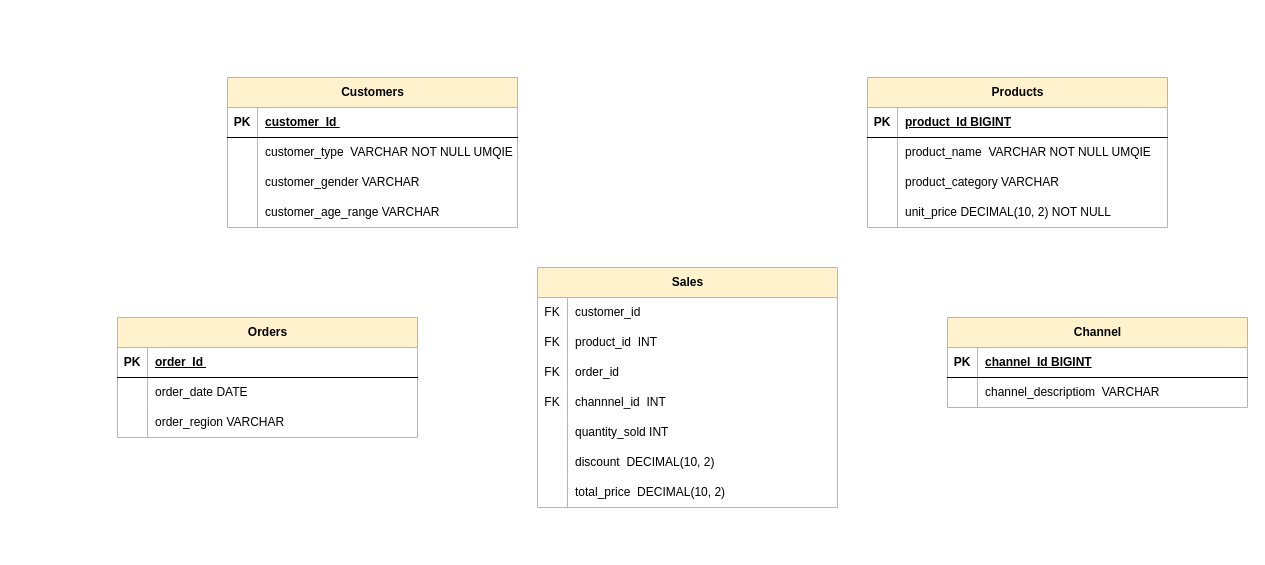
Earlier version of the draw.io diagram Untitled Diagram.drawio (lilitmk199/Test). Source tidied: cells renumbered, new cells numbered last; positions are measured from the earlier drawing's top-left corner, leaving out a move shared by most shapes. Both pictures are drawn from the tidied source at 100%, with x=0, y=0 at pixel (117, 77).
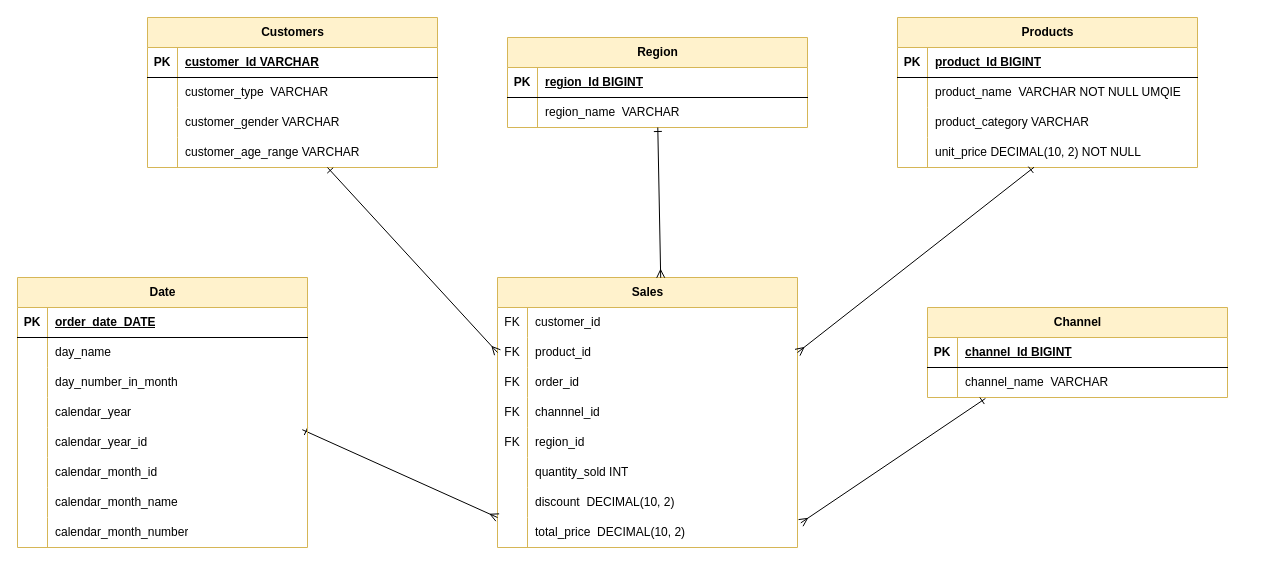
The same page after the edit.

The change refers to these unchanged cells:
```xml
<mxCell id="3" style="shape=tableRow;horizontal=0;startSize=0;swimlaneHead=0;swimlaneBody=0;fillColor=none;top=0;left=0;right=0;bottom=1;" parent="2" vertex="1">
  <mxGeometry y="30" width="290" height="30" as="geometry" />
</mxCell>
<mxCell id="6" style="shape=tableRow;horizontal=0;startSize=0;swimlaneHead=0;swimlaneBody=0;fillColor=none;top=0;left=0;right=0;bottom=0;" parent="2" vertex="1">
  <mxGeometry y="60" width="290" height="30" as="geometry" />
</mxCell>
<mxCell id="25" style="shape=tableRow;horizontal=0;startSize=0;swimlaneHead=0;swimlaneBody=0;fillColor=none;points=[[0,0.5],[1,0.5]];portConstraint=eastwest;top=0;left=0;right=0;bottom=0;" parent="15" vertex="1">
  <mxGeometry y="120" width="300" height="30" as="geometry" />
</mxCell>
<mxCell id="42" style="shape=tableRow;horizontal=0;startSize=0;swimlaneHead=0;swimlaneBody=0;fillColor=none;points=[[0,0.5],[1,0.5]];portConstraint=eastwest;top=0;left=0;right=0;bottom=0;" parent="38" vertex="1">
  <mxGeometry y="60" width="300" height="30" as="geometry" />
</mxCell>
<mxCell id="48" style="shape=tableRow;horizontal=0;startSize=0;swimlaneHead=0;swimlaneBody=0;fillColor=none;top=0;left=0;right=0;bottom=0;" parent="38" vertex="1">
  <mxGeometry y="120" width="300" height="30" as="geometry" />
</mxCell>
<mxCell id="64" style="shape=tableRow;horizontal=0;startSize=0;swimlaneHead=0;swimlaneBody=0;fillColor=none;points=[[0,0.5],[1,0.5]];portConstraint=eastwest;top=0;left=0;right=0;bottom=0;" parent="60" vertex="1">
  <mxGeometry y="60" width="300" height="30" as="geometry" />
</mxCell>
```

What changed in the source:
```diff
@@
     <mxCell id="2" value="Customers" style="shape=table;startSize=30;childLayout=tableLayout;rowLines=0;fontStyle=1;align=center;html=1;fillColor=#fff2cc;strokeColor=#d6b656;" parent="1" vertex="1">
-      <mxGeometry x="110" width="290" height="150" as="geometry" />
+      <mxGeometry x="30" y="-60" width="290" height="150" as="geometry" />
     </mxCell>
@@
-    <mxCell id="5" value="customer_Id&amp;nbsp;" style="shape=partialRectangle;fillColor=none;top=0;left=0;bottom=0;right=0;align=left;spacingLeft=6;fontStyle=5;overflow=hidden;whiteSpace=wrap;html=1;" parent="3" vertex="1">
+    <mxCell id="5" value="customer_Id VARCHAR" style="shape=partialRectangle;fillColor=none;top=0;left=0;bottom=0;right=0;align=left;spacingLeft=6;fontStyle=5;overflow=hidden;whiteSpace=wrap;html=1;" parent="3" vertex="1">
       <mxGeometry x="30" width="260" height="30" as="geometry" />
     </mxCell>
@@
-    <mxCell id="8" value="customer_type&amp;nbsp; VARCHAR NOT NULL UMQIE" style="shape=partialRectangle;fillColor=none;top=0;left=0;bottom=0;right=0;align=left;spacingLeft=6;overflow=hidden;whiteSpace=wrap;html=1;" parent="6" vertex="1">
+    <mxCell id="8" value="customer_type&amp;nbsp; VARCHAR" style="shape=partialRectangle;fillColor=none;top=0;left=0;bottom=0;right=0;align=left;spacingLeft=6;overflow=hidden;whiteSpace=wrap;html=1;" parent="6" vertex="1">
       <mxGeometry x="30" width="260" height="30" as="geometry" />
     </mxCell>
@@
     <mxCell id="15" value="Products" style="shape=table;startSize=30;childLayout=tableLayout;rowLines=0;fontStyle=1;align=center;html=1;fillColor=#fff2cc;strokeColor=#d6b656;" parent="1" vertex="1">
-      <mxGeometry x="750" width="300" height="150" as="geometry" />
+      <mxGeometry x="780" y="-60" width="300" height="150" as="geometry" />
     </mxCell>
@@
-    <mxCell id="28" value="Orders" style="shape=table;startSize=30;childLayout=tableLayout;rowLines=0;fontStyle=1;align=center;html=1;fillColor=#fff2cc;strokeColor=#d6b656;" parent="1" vertex="1">
-      <mxGeometry y="240" width="300" height="120" as="geometry" />
-    </mxCell>
-    <mxCell id="29" style="shape=tableRow;horizontal=0;startSize=0;swimlaneHead=0;swimlaneBody=0;fillColor=none;top=0;left=0;right=0;bottom=1;" parent="28" vertex="1">
-      <mxGeometry y="30" width="300" height="30" as="geometry" />
-    </mxCell>
-    <mxCell id="30" value="PK" style="shape=partialRectangle;fillColor=none;top=0;left=0;bottom=0;right=0;fontStyle=1;overflow=hidden;whiteSpace=wrap;html=1;" parent="29" vertex="1">
-      <mxGeometry width="30" height="30" as="geometry" />
-    </mxCell>
-    <mxCell id="31" value="order_Id&amp;nbsp;" style="shape=partialRectangle;fillColor=none;top=0;left=0;bottom=0;right=0;align=left;spacingLeft=6;fontStyle=5;overflow=hidden;whiteSpace=wrap;html=1;" parent="29" vertex="1">
-      <mxGeometry x="30" width="270" height="30" as="geometry" />
-    </mxCell>
-    <mxCell id="32" style="shape=tableRow;horizontal=0;startSize=0;swimlaneHead=0;swimlaneBody=0;fillColor=none;points=[[0,0.5],[1,0.5]];portConstraint=eastwest;top=0;left=0;right=0;bottom=0;" parent="28" vertex="1">
-      <mxGeometry y="60" width="300" height="30" as="geometry" />
-    </mxCell>
-    <mxCell id="33" style="shape=partialRectangle;fillColor=none;top=0;left=0;bottom=0;right=0;overflow=hidden;whiteSpace=wrap;html=1;" parent="32" vertex="1">
-      <mxGeometry width="30" height="30" as="geometry" />
-    </mxCell>
-    <mxCell id="34" value="order_date DATE" style="shape=partialRectangle;fillColor=none;top=0;left=0;bottom=0;right=0;align=left;spacingLeft=6;overflow=hidden;whiteSpace=wrap;html=1;" parent="32" vertex="1">
-      <mxGeometry x="30" width="270" height="30" as="geometry" />
-    </mxCell>
-    <mxCell id="35" style="shape=tableRow;horizontal=0;startSize=0;swimlaneHead=0;swimlaneBody=0;fillColor=none;top=0;left=0;right=0;bottom=0;" parent="28" vertex="1">
-      <mxGeometry y="90" width="300" height="30" as="geometry" />
-    </mxCell>
-    <mxCell id="36" style="shape=partialRectangle;fillColor=none;top=0;left=0;bottom=0;right=0;overflow=hidden;whiteSpace=wrap;html=1;" parent="35" vertex="1">
-      <mxGeometry width="30" height="30" as="geometry" />
-    </mxCell>
-    <mxCell id="37" value="order_region VARCHAR&amp;nbsp;" style="shape=partialRectangle;fillColor=none;top=0;left=0;bottom=0;right=0;align=left;spacingLeft=6;overflow=hidden;whiteSpace=wrap;html=1;" parent="35" vertex="1">
-      <mxGeometry x="30" width="270" height="30" as="geometry" />
-    </mxCell>
     <mxCell id="38" value="Sales" style="shape=table;startSize=30;childLayout=tableLayout;rowLines=0;fontStyle=1;align=center;html=1;fillColor=#fff2cc;strokeColor=#d6b656;" parent="1" vertex="1">
-      <mxGeometry x="420" y="190" width="300" height="240" as="geometry" />
+      <mxGeometry x="380" y="200" width="300" height="270" as="geometry" />
     </mxCell>
@@
-    <mxCell id="44" value="product_id&amp;nbsp; INT" style="shape=partialRectangle;fillColor=none;top=0;left=0;bottom=0;right=0;align=left;spacingLeft=6;overflow=hidden;whiteSpace=wrap;html=1;" parent="42" vertex="1">
+    <mxCell id="44" value="product_id&amp;nbsp;" style="shape=partialRectangle;fillColor=none;top=0;left=0;bottom=0;right=0;align=left;spacingLeft=6;overflow=hidden;whiteSpace=wrap;html=1;" parent="42" vertex="1">
       <mxGeometry x="30" width="270" height="30" as="geometry" />
     </mxCell>
@@
-    <mxCell id="50" value="channnel_id&amp;nbsp; INT" style="shape=partialRectangle;fillColor=none;top=0;left=0;bottom=0;right=0;align=left;spacingLeft=6;overflow=hidden;whiteSpace=wrap;html=1;" parent="48" vertex="1">
+    <mxCell id="50" value="channnel_id&amp;nbsp;" style="shape=partialRectangle;fillColor=none;top=0;left=0;bottom=0;right=0;align=left;spacingLeft=6;overflow=hidden;whiteSpace=wrap;html=1;" parent="48" vertex="1">
       <mxGeometry x="30" width="270" height="30" as="geometry" />
     </mxCell>
+    <mxCell id="67" style="shape=tableRow;horizontal=0;startSize=0;swimlaneHead=0;swimlaneBody=0;fillColor=none;top=0;left=0;right=0;bottom=0;" parent="38" vertex="1">
+      <mxGeometry y="150" width="300" height="30" as="geometry" />
+    </mxCell>
+    <mxCell id="68" value="FK" style="shape=partialRectangle;fillColor=none;top=0;left=0;bottom=0;right=0;overflow=hidden;whiteSpace=wrap;html=1;" parent="67" vertex="1">
+      <mxGeometry width="30" height="30" as="geometry" />
+    </mxCell>
+    <mxCell id="69" value="region_id" style="shape=partialRectangle;fillColor=none;top=0;left=0;bottom=0;right=0;align=left;spacingLeft=6;overflow=hidden;whiteSpace=wrap;html=1;" parent="67" vertex="1">
+      <mxGeometry x="30" width="270" height="30" as="geometry" />
+    </mxCell>
     <mxCell id="51" style="shape=tableRow;horizontal=0;startSize=0;swimlaneHead=0;swimlaneBody=0;fillColor=none;top=0;left=0;right=0;bottom=0;" parent="38" vertex="1">
-      <mxGeometry y="150" width="300" height="30" as="geometry" />
+      <mxGeometry y="180" width="300" height="30" as="geometry" />
     </mxCell>
@@
     <mxCell id="54" style="shape=tableRow;horizontal=0;startSize=0;swimlaneHead=0;swimlaneBody=0;fillColor=none;top=0;left=0;right=0;bottom=0;" parent="38" vertex="1">
-      <mxGeometry y="180" width="300" height="30" as="geometry" />
+      <mxGeometry y="210" width="300" height="30" as="geometry" />
     </mxCell>
@@
     <mxCell id="57" style="shape=tableRow;horizontal=0;startSize=0;swimlaneHead=0;swimlaneBody=0;fillColor=none;points=[[0,0.5],[1,0.5]];portConstraint=eastwest;top=0;left=0;right=0;bottom=0;" parent="38" vertex="1">
-      <mxGeometry y="210" width="300" height="30" as="geometry" />
+      <mxGeometry y="240" width="300" height="30" as="geometry" />
     </mxCell>
@@
     <mxCell id="60" value="Channel" style="shape=table;startSize=30;childLayout=tableLayout;rowLines=0;fontStyle=1;align=center;html=1;fillColor=#fff2cc;strokeColor=#d6b656;" parent="1" vertex="1">
-      <mxGeometry x="830" y="240" width="300" height="90" as="geometry" />
+      <mxGeometry x="810" y="230" width="300" height="90" as="geometry" />
     </mxCell>
@@
-    <mxCell id="66" value="channel_descriptiom&amp;nbsp; VARCHAR" style="shape=partialRectangle;fillColor=none;top=0;left=0;bottom=0;right=0;align=left;spacingLeft=6;overflow=hidden;whiteSpace=wrap;html=1;" parent="64" vertex="1">
+    <mxCell id="66" value="channel_name&amp;nbsp; VARCHAR" style="shape=partialRectangle;fillColor=none;top=0;left=0;bottom=0;right=0;align=left;spacingLeft=6;overflow=hidden;whiteSpace=wrap;html=1;" parent="64" vertex="1">
       <mxGeometry x="30" width="270" height="30" as="geometry" />
     </mxCell>
+    <mxCell id="70" style="endArrow=ERone;startArrow=ERmany;html=1;rounded=0;exitX=1;exitY=0.5;exitDx=0;exitDy=0;endFill=0;startFill=0;entryX=0.455;entryY=0.993;entryDx=0;entryDy=0;entryPerimeter=0;" parent="1" edge="1" source="42" target="25">
+      <mxGeometry relative="1" as="geometry" />
+    </mxCell>
+    <mxCell id="71" style="endArrow=ERone;startArrow=ERmany;html=1;rounded=0;exitX=1.011;exitY=0.18;exitDx=0;exitDy=0;endFill=0;startFill=0;entryX=0.193;entryY=1.033;entryDx=0;entryDy=0;entryPerimeter=0;exitPerimeter=0;" parent="1" edge="1" source="57" target="64">
+      <mxGeometry relative="1" as="geometry" />
+    </mxCell>
+    <mxCell id="72" style="endArrow=ERone;startArrow=ERmany;html=1;rounded=0;exitX=0;exitY=0;exitDx=0;exitDy=0;endFill=0;startFill=0;exitPerimeter=0;entryX=0.716;entryY=1.073;entryDx=0;entryDy=0;entryPerimeter=0;" parent="1" edge="1" source="57">
+      <mxGeometry relative="1" as="geometry">
+        <mxPoint x="184.8" y="352.2" as="targetPoint" />
+      </mxGeometry>
+    </mxCell>
+    <mxCell id="73" value="Date" style="shape=table;startSize=30;childLayout=tableLayout;rowLines=0;fontStyle=1;align=center;html=1;fillColor=#fff2cc;strokeColor=#d6b656;" parent="1" vertex="1">
+      <mxGeometry x="-100" y="200" width="290" height="270" as="geometry" />
+    </mxCell>
+    <mxCell id="74" style="shape=tableRow;horizontal=0;startSize=0;swimlaneHead=0;swimlaneBody=0;fillColor=none;top=0;left=0;right=0;bottom=1;" parent="73" vertex="1">
+      <mxGeometry y="30" width="290" height="30" as="geometry" />
+    </mxCell>
+    <mxCell id="75" value="PK" style="shape=partialRectangle;fillColor=none;top=0;left=0;bottom=0;right=0;fontStyle=1;overflow=hidden;whiteSpace=wrap;html=1;" parent="74" vertex="1">
+      <mxGeometry width="30" height="30" as="geometry" />
+    </mxCell>
+    <mxCell id="34" value="order_date&amp;nbsp; DATE" style="shape=partialRectangle;fillColor=none;top=0;left=0;bottom=0;right=0;align=left;spacingLeft=6;fontStyle=5;overflow=hidden;whiteSpace=wrap;html=1;" parent="74" vertex="1">
+      <mxGeometry x="30" width="260" height="30" as="geometry" />
+    </mxCell>
+    <mxCell id="76" style="shape=tableRow;horizontal=0;startSize=0;swimlaneHead=0;swimlaneBody=0;fillColor=none;top=0;left=0;right=0;bottom=0;" parent="73" vertex="1">
+      <mxGeometry y="60" width="290" height="30" as="geometry" />
+    </mxCell>
+    <mxCell id="77" style="shape=partialRectangle;fillColor=none;top=0;left=0;bottom=0;right=0;overflow=hidden;whiteSpace=wrap;html=1;" parent="76" vertex="1">
+      <mxGeometry width="30" height="30" as="geometry" />
+    </mxCell>
+    <mxCell id="78" value="day_name" style="shape=partialRectangle;fillColor=none;top=0;left=0;bottom=0;right=0;align=left;spacingLeft=6;overflow=hidden;whiteSpace=wrap;html=1;" parent="76" vertex="1">
+      <mxGeometry x="30" width="260" height="30" as="geometry" />
+    </mxCell>
+    <mxCell id="79" style="shape=tableRow;horizontal=0;startSize=0;swimlaneHead=0;swimlaneBody=0;fillColor=none;top=0;left=0;right=0;bottom=0;" parent="73" vertex="1">
+      <mxGeometry y="90" width="290" height="30" as="geometry" />
+    </mxCell>
+    <mxCell id="80" style="shape=partialRectangle;fillColor=none;top=0;left=0;bottom=0;right=0;overflow=hidden;whiteSpace=wrap;html=1;" parent="79" vertex="1">
+      <mxGeometry width="30" height="30" as="geometry" />
+    </mxCell>
+    <mxCell id="81" value="day_number_in_month" style="shape=partialRectangle;fillColor=none;top=0;left=0;bottom=0;right=0;align=left;spacingLeft=6;overflow=hidden;whiteSpace=wrap;html=1;" parent="79" vertex="1">
+      <mxGeometry x="30" width="260" height="30" as="geometry" />
+    </mxCell>
+    <mxCell id="82" style="shape=tableRow;horizontal=0;startSize=0;swimlaneHead=0;swimlaneBody=0;fillColor=none;top=0;left=0;right=0;bottom=0;" parent="73" vertex="1">
+      <mxGeometry y="120" width="290" height="30" as="geometry" />
+    </mxCell>
+    <mxCell id="83" style="shape=partialRectangle;fillColor=none;top=0;left=0;bottom=0;right=0;overflow=hidden;whiteSpace=wrap;html=1;" parent="82" vertex="1">
+      <mxGeometry width="30" height="30" as="geometry" />
+    </mxCell>
+    <mxCell id="84" value="calendar_year" style="shape=partialRectangle;fillColor=none;top=0;left=0;bottom=0;right=0;align=left;spacingLeft=6;overflow=hidden;whiteSpace=wrap;html=1;" parent="82" vertex="1">
+      <mxGeometry x="30" width="260" height="30" as="geometry" />
+    </mxCell>
+    <mxCell id="85" style="shape=tableRow;horizontal=0;startSize=0;swimlaneHead=0;swimlaneBody=0;fillColor=none;top=0;left=0;right=0;bottom=0;" parent="73" vertex="1">
+      <mxGeometry y="150" width="290" height="30" as="geometry" />
+    </mxCell>
+    <mxCell id="86" style="shape=partialRectangle;fillColor=none;top=0;left=0;bottom=0;right=0;overflow=hidden;whiteSpace=wrap;html=1;" parent="85" vertex="1">
+      <mxGeometry width="30" height="30" as="geometry" />
+    </mxCell>
+    <mxCell id="87" value="calendar_year_id" style="shape=partialRectangle;fillColor=none;top=0;left=0;bottom=0;right=0;align=left;spacingLeft=6;overflow=hidden;whiteSpace=wrap;html=1;" parent="85" vertex="1">
+      <mxGeometry x="30" width="260" height="30" as="geometry" />
+    </mxCell>
+    <mxCell id="88" style="shape=tableRow;horizontal=0;startSize=0;swimlaneHead=0;swimlaneBody=0;fillColor=none;top=0;left=0;right=0;bottom=0;" parent="73" vertex="1">
+      <mxGeometry y="180" width="290" height="30" as="geometry" />
+    </mxCell>
+    <mxCell id="89" style="shape=partialRectangle;fillColor=none;top=0;left=0;bottom=0;right=0;overflow=hidden;whiteSpace=wrap;html=1;" parent="88" vertex="1">
+      <mxGeometry width="30" height="30" as="geometry" />
+    </mxCell>
+    <mxCell id="90" value="calendar_month_id" style="shape=partialRectangle;fillColor=none;top=0;left=0;bottom=0;right=0;align=left;spacingLeft=6;overflow=hidden;whiteSpace=wrap;html=1;" parent="88" vertex="1">
+      <mxGeometry x="30" width="260" height="30" as="geometry" />
+    </mxCell>
+    <mxCell id="91" style="shape=tableRow;horizontal=0;startSize=0;swimlaneHead=0;swimlaneBody=0;fillColor=none;top=0;left=0;right=0;bottom=0;" parent="73" vertex="1">
+      <mxGeometry y="210" width="290" height="30" as="geometry" />
+    </mxCell>
+    <mxCell id="92" style="shape=partialRectangle;fillColor=none;top=0;left=0;bottom=0;right=0;overflow=hidden;whiteSpace=wrap;html=1;" parent="91" vertex="1">
+      <mxGeometry width="30" height="30" as="geometry" />
+    </mxCell>
+    <mxCell id="93" value="calendar_month_name" style="shape=partialRectangle;fillColor=none;top=0;left=0;bottom=0;right=0;align=left;spacingLeft=6;overflow=hidden;whiteSpace=wrap;html=1;" parent="91" vertex="1">
+      <mxGeometry x="30" width="260" height="30" as="geometry" />
+    </mxCell>
+    <mxCell id="94" style="shape=tableRow;horizontal=0;startSize=0;swimlaneHead=0;swimlaneBody=0;fillColor=none;top=0;left=0;right=0;bottom=0;" parent="73" vertex="1">
+      <mxGeometry y="240" width="290" height="30" as="geometry" />
+    </mxCell>
+    <mxCell id="95" style="shape=partialRectangle;fillColor=none;top=0;left=0;bottom=0;right=0;overflow=hidden;whiteSpace=wrap;html=1;" parent="94" vertex="1">
+      <mxGeometry width="30" height="30" as="geometry" />
+    </mxCell>
+    <mxCell id="96" value="calendar_month_number" style="shape=partialRectangle;fillColor=none;top=0;left=0;bottom=0;right=0;align=left;spacingLeft=6;overflow=hidden;whiteSpace=wrap;html=1;" parent="94" vertex="1">
+      <mxGeometry x="30" width="260" height="30" as="geometry" />
+    </mxCell>
+    <mxCell id="97" value="Region" style="shape=table;startSize=30;childLayout=tableLayout;rowLines=0;fontStyle=1;align=center;html=1;fillColor=#fff2cc;strokeColor=#d6b656;" parent="1" vertex="1">
+      <mxGeometry x="390" y="-40" width="300" height="90" as="geometry" />
+    </mxCell>
+    <mxCell id="29" style="shape=tableRow;horizontal=0;startSize=0;swimlaneHead=0;swimlaneBody=0;fillColor=none;top=0;left=0;right=0;bottom=1;" parent="97" vertex="1">
+      <mxGeometry y="30" width="300" height="30" as="geometry" />
+    </mxCell>
+    <mxCell id="98" value="PK" style="shape=partialRectangle;fillColor=none;top=0;left=0;bottom=0;right=0;fontStyle=1;overflow=hidden;whiteSpace=wrap;html=1;" parent="29" vertex="1">
+      <mxGeometry width="30" height="30" as="geometry" />
+    </mxCell>
+    <mxCell id="99" value="region_Id BIGINT" style="shape=partialRectangle;fillColor=none;top=0;left=0;bottom=0;right=0;align=left;spacingLeft=6;fontStyle=5;overflow=hidden;whiteSpace=wrap;html=1;" parent="29" vertex="1">
+      <mxGeometry x="30" width="270" height="30" as="geometry" />
+    </mxCell>
+    <mxCell id="32" style="shape=tableRow;horizontal=0;startSize=0;swimlaneHead=0;swimlaneBody=0;fillColor=none;points=[[0,0.5],[1,0.5]];portConstraint=eastwest;top=0;left=0;right=0;bottom=0;" parent="97" vertex="1">
+      <mxGeometry y="60" width="300" height="30" as="geometry" />
+    </mxCell>
+    <mxCell id="100" style="shape=partialRectangle;fillColor=none;top=0;left=0;bottom=0;right=0;overflow=hidden;whiteSpace=wrap;html=1;" parent="32" vertex="1">
+      <mxGeometry width="30" height="30" as="geometry" />
+    </mxCell>
+    <mxCell id="101" value="region_name&amp;nbsp; VARCHAR" style="shape=partialRectangle;fillColor=none;top=0;left=0;bottom=0;right=0;align=left;spacingLeft=6;overflow=hidden;whiteSpace=wrap;html=1;" parent="32" vertex="1">
+      <mxGeometry x="30" width="270" height="30" as="geometry" />
+    </mxCell>
+    <mxCell id="102" style="endArrow=ERone;startArrow=ERmany;html=1;rounded=0;exitX=0.544;exitY=0.001;exitDx=0;exitDy=0;endFill=0;startFill=0;exitPerimeter=0;" parent="1" edge="1" source="38" target="32">
+      <mxGeometry relative="1" as="geometry" />
+    </mxCell>
+    <mxCell id="103" style="endArrow=ERone;startArrow=ERmany;html=1;rounded=0;endFill=0;startFill=0;exitX=0;exitY=0.5;exitDx=0;exitDy=0;" parent="1" edge="1" source="42">
+      <mxGeometry relative="1" as="geometry">
+        <mxPoint x="210" y="90" as="targetPoint" />
+      </mxGeometry>
+    </mxCell>
```
